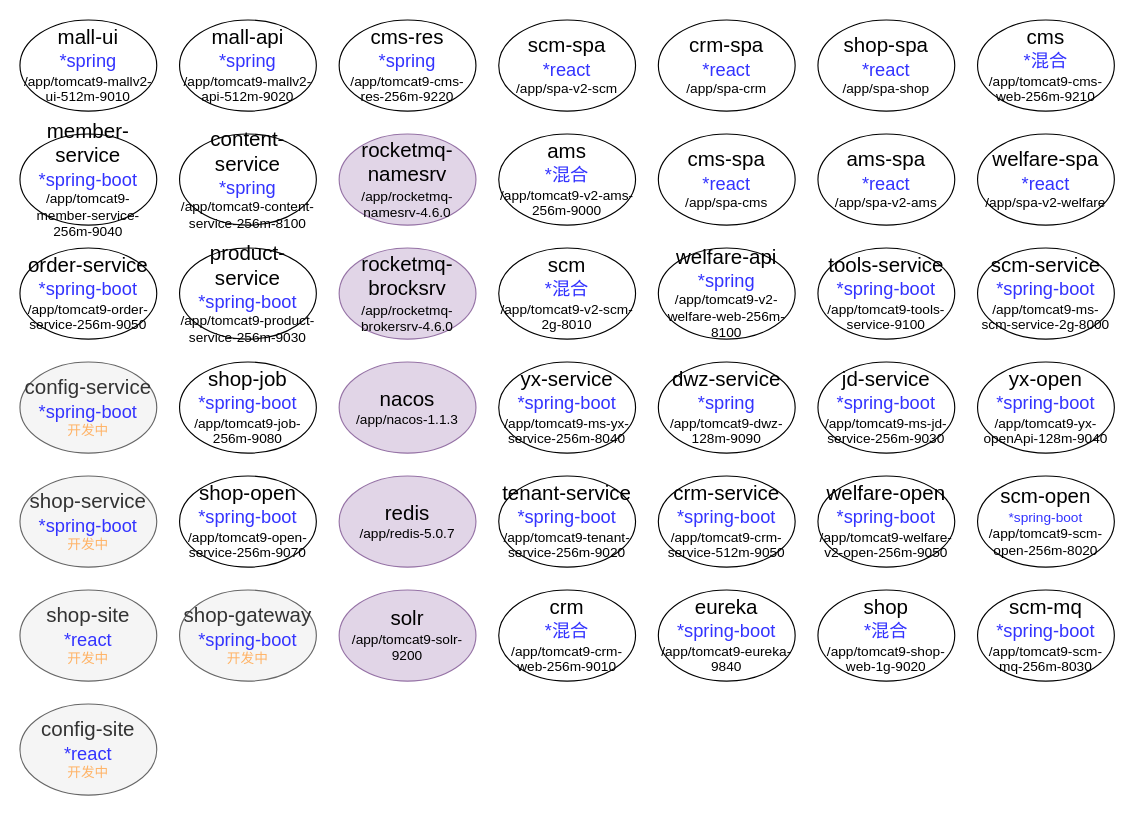
Above: 系统结构图.drawio in lycwukang/diagrams (draw.io), before the change. Source tidied: cells renumbered, new cells numbered last; positions are measured from the earlier drawing's top-left corner, leaving out a move shared by most shapes. Both pictures are drawn from the tidied source at 114%, with x=0, y=0 at pixel (19, 19).
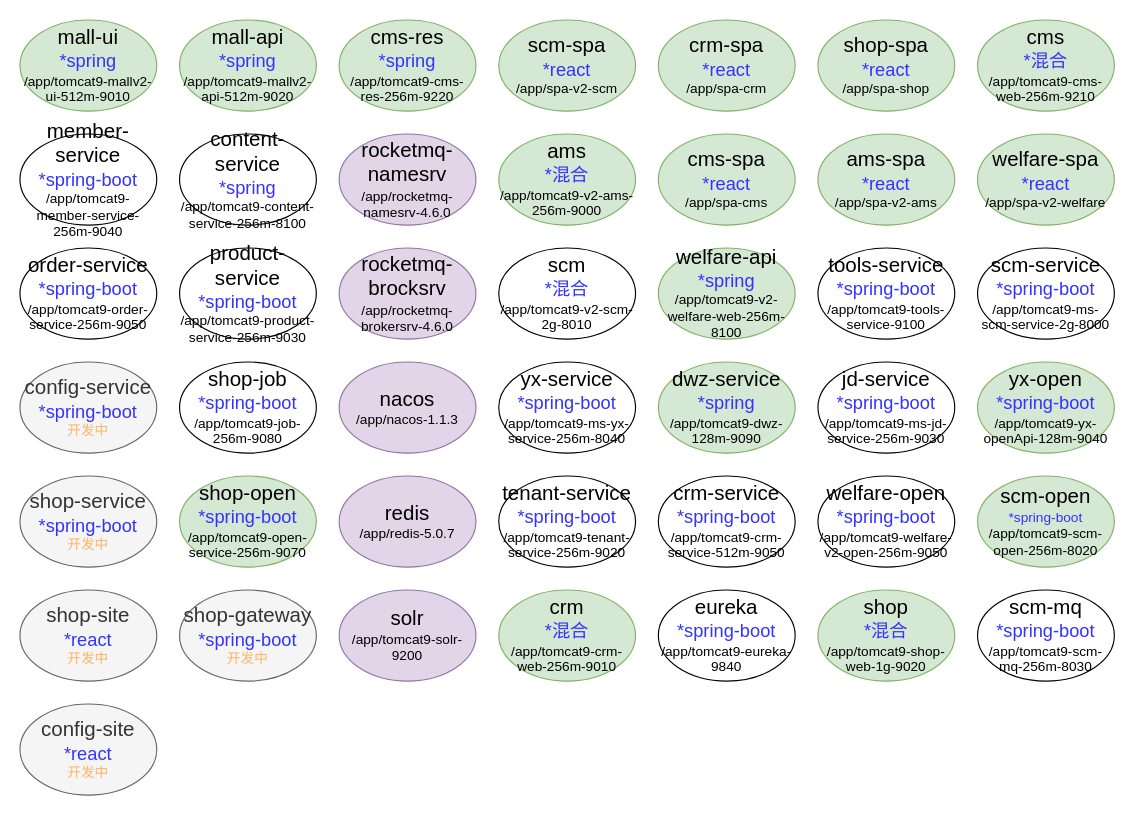
After the change.

Commit message (it also covers changes not shown here):
更新系统结构图.drawio

Diff of the diagram source:
```diff
@@
-    <mxCell id="2" value="&lt;font&gt;&lt;font style=&quot;font-size: 18px&quot;&gt;mall-ui&lt;br&gt;&lt;/font&gt;&lt;font style=&quot;font-size: 16px&quot; color=&quot;#3333ff&quot;&gt;*spring&lt;br&gt;&lt;/font&gt;/app/tomcat9-mallv2-ui-512m-9010&lt;br&gt;&lt;/font&gt;" style="ellipse;whiteSpace=wrap;html=1;" parent="1" vertex="1">
+    <mxCell id="2" value="&lt;font&gt;&lt;font style=&quot;font-size: 18px&quot;&gt;mall-ui&lt;br&gt;&lt;/font&gt;&lt;font style=&quot;font-size: 16px&quot; color=&quot;#3333ff&quot;&gt;*spring&lt;br&gt;&lt;/font&gt;/app/tomcat9-mallv2-ui-512m-9010&lt;br&gt;&lt;/font&gt;" style="ellipse;whiteSpace=wrap;html=1;fillColor=#d5e8d4;strokeColor=#82b366;" parent="1" vertex="1">
       <mxGeometry width="120" height="80" as="geometry" />
     </mxCell>
@@
-    <mxCell id="4" value="&lt;font&gt;&lt;font style=&quot;font-size: 18px&quot;&gt;scm-spa&lt;br&gt;&lt;/font&gt;&lt;font style=&quot;font-size: 16px&quot; color=&quot;#3333ff&quot;&gt;*react&lt;br&gt;&lt;/font&gt;/app/spa-v2-scm&lt;br&gt;&lt;/font&gt;" style="ellipse;whiteSpace=wrap;html=1;" parent="1" vertex="1">
+    <mxCell id="4" value="&lt;font&gt;&lt;font style=&quot;font-size: 18px&quot;&gt;scm-spa&lt;br&gt;&lt;/font&gt;&lt;font style=&quot;font-size: 16px&quot; color=&quot;#3333ff&quot;&gt;*react&lt;br&gt;&lt;/font&gt;/app/spa-v2-scm&lt;br&gt;&lt;/font&gt;" style="ellipse;whiteSpace=wrap;html=1;fillColor=#d5e8d4;strokeColor=#82b366;" parent="1" vertex="1">
       <mxGeometry x="420" width="120" height="80" as="geometry" />
     </mxCell>
-    <mxCell id="5" value="&lt;font&gt;&lt;font style=&quot;font-size: 18px&quot;&gt;crm-spa&lt;br&gt;&lt;/font&gt;&lt;font color=&quot;#3333ff&quot; style=&quot;font-size: 16px&quot;&gt;*react&lt;br&gt;&lt;/font&gt;/app/spa-crm&lt;br&gt;&lt;/font&gt;" style="ellipse;whiteSpace=wrap;html=1;" parent="1" vertex="1">
+    <mxCell id="5" value="&lt;font&gt;&lt;font style=&quot;font-size: 18px&quot;&gt;crm-spa&lt;br&gt;&lt;/font&gt;&lt;font color=&quot;#3333ff&quot; style=&quot;font-size: 16px&quot;&gt;*react&lt;br&gt;&lt;/font&gt;/app/spa-crm&lt;br&gt;&lt;/font&gt;" style="ellipse;whiteSpace=wrap;html=1;fillColor=#d5e8d4;strokeColor=#82b366;" parent="1" vertex="1">
       <mxGeometry x="560" width="120" height="80" as="geometry" />
     </mxCell>
-    <mxCell id="6" value="&lt;font&gt;&lt;font style=&quot;font-size: 18px&quot;&gt;shop-spa&lt;br&gt;&lt;/font&gt;&lt;font style=&quot;font-size: 16px&quot; color=&quot;#3333ff&quot;&gt;*react&lt;br&gt;&lt;/font&gt;/app/spa-shop&lt;br&gt;&lt;/font&gt;" style="ellipse;whiteSpace=wrap;html=1;" parent="1" vertex="1">
+    <mxCell id="6" value="&lt;font&gt;&lt;font style=&quot;font-size: 18px&quot;&gt;shop-spa&lt;br&gt;&lt;/font&gt;&lt;font style=&quot;font-size: 16px&quot; color=&quot;#3333ff&quot;&gt;*react&lt;br&gt;&lt;/font&gt;/app/spa-shop&lt;br&gt;&lt;/font&gt;" style="ellipse;whiteSpace=wrap;html=1;fillColor=#d5e8d4;strokeColor=#82b366;" parent="1" vertex="1">
       <mxGeometry x="700" width="120" height="80" as="geometry" />
     </mxCell>
-    <mxCell id="7" value="&lt;font&gt;&lt;font style=&quot;font-size: 18px&quot;&gt;cms&lt;br&gt;&lt;/font&gt;&lt;font color=&quot;#3333ff&quot;&gt;&lt;font style=&quot;font-size: 16px&quot;&gt;*混合&lt;/font&gt;&lt;br&gt;&lt;/font&gt;/app/tomcat9-cms-web-256m-9210&lt;br&gt;&lt;/font&gt;" style="ellipse;whiteSpace=wrap;html=1;" parent="1" vertex="1">
+    <mxCell id="7" value="&lt;font&gt;&lt;font style=&quot;font-size: 18px&quot;&gt;cms&lt;br&gt;&lt;/font&gt;&lt;font color=&quot;#3333ff&quot;&gt;&lt;font style=&quot;font-size: 16px&quot;&gt;*混合&lt;/font&gt;&lt;br&gt;&lt;/font&gt;/app/tomcat9-cms-web-256m-9210&lt;br&gt;&lt;/font&gt;" style="ellipse;whiteSpace=wrap;html=1;fillColor=#d5e8d4;strokeColor=#82b366;" parent="1" vertex="1">
       <mxGeometry x="840" width="120" height="80" as="geometry" />
     </mxCell>
-    <mxCell id="8" value="&lt;font&gt;&lt;font style=&quot;font-size: 18px&quot;&gt;ams&lt;br&gt;&lt;/font&gt;&lt;font color=&quot;#3333ff&quot; style=&quot;font-size: 16px&quot;&gt;*混合&lt;br&gt;&lt;/font&gt;/app/tomcat9-v2-ams-256m-9000&lt;br&gt;&lt;/font&gt;" style="ellipse;whiteSpace=wrap;html=1;" parent="1" vertex="1">
+    <mxCell id="8" value="&lt;font&gt;&lt;font style=&quot;font-size: 18px&quot;&gt;ams&lt;br&gt;&lt;/font&gt;&lt;font color=&quot;#3333ff&quot; style=&quot;font-size: 16px&quot;&gt;*混合&lt;br&gt;&lt;/font&gt;/app/tomcat9-v2-ams-256m-9000&lt;br&gt;&lt;/font&gt;" style="ellipse;whiteSpace=wrap;html=1;fillColor=#d5e8d4;strokeColor=#82b366;" parent="1" vertex="1">
       <mxGeometry x="420" y="100" width="120" height="80" as="geometry" />
     </mxCell>
-    <mxCell id="9" value="&lt;font&gt;&lt;font style=&quot;font-size: 18px&quot;&gt;welfare-spa&lt;br&gt;&lt;/font&gt;&lt;font style=&quot;font-size: 16px&quot; color=&quot;#3333ff&quot;&gt;*react&lt;br&gt;&lt;/font&gt;/app/spa-v2-welfare&lt;br&gt;&lt;/font&gt;" style="ellipse;whiteSpace=wrap;html=1;" parent="1" vertex="1">
+    <mxCell id="9" value="&lt;font&gt;&lt;font style=&quot;font-size: 18px&quot;&gt;welfare-spa&lt;br&gt;&lt;/font&gt;&lt;font style=&quot;font-size: 16px&quot; color=&quot;#3333ff&quot;&gt;*react&lt;br&gt;&lt;/font&gt;/app/spa-v2-welfare&lt;br&gt;&lt;/font&gt;" style="ellipse;whiteSpace=wrap;html=1;fillColor=#d5e8d4;strokeColor=#82b366;" parent="1" vertex="1">
       <mxGeometry x="840" y="100" width="120" height="80" as="geometry" />
     </mxCell>
-    <mxCell id="10" value="&lt;font&gt;&lt;span style=&quot;font-size: 18px&quot;&gt;mall-api&lt;br&gt;&lt;/span&gt;&lt;font color=&quot;#3333ff&quot; style=&quot;font-size: 16px&quot;&gt;*spring&lt;br&gt;&lt;/font&gt;/app/tomcat9-mallv2-api-512m-9020&lt;br&gt;&lt;/font&gt;" style="ellipse;whiteSpace=wrap;html=1;" parent="1" vertex="1">
+    <mxCell id="10" value="&lt;font&gt;&lt;span style=&quot;font-size: 18px&quot;&gt;mall-api&lt;br&gt;&lt;/span&gt;&lt;font color=&quot;#3333ff&quot; style=&quot;font-size: 16px&quot;&gt;*spring&lt;br&gt;&lt;/font&gt;/app/tomcat9-mallv2-api-512m-9020&lt;br&gt;&lt;/font&gt;" style="ellipse;whiteSpace=wrap;html=1;fillColor=#d5e8d4;strokeColor=#82b366;" parent="1" vertex="1">
       <mxGeometry x="140" width="120" height="80" as="geometry" />
     </mxCell>
-    <mxCell id="11" value="&lt;font&gt;&lt;font style=&quot;font-size: 18px&quot;&gt;cms-spa&lt;br&gt;&lt;/font&gt;&lt;font style=&quot;font-size: 16px&quot; color=&quot;#3333ff&quot;&gt;*react&lt;br&gt;&lt;/font&gt;/app/spa-cms&lt;br&gt;&lt;/font&gt;" style="ellipse;whiteSpace=wrap;html=1;" parent="1" vertex="1">
+    <mxCell id="11" value="&lt;font&gt;&lt;font style=&quot;font-size: 18px&quot;&gt;cms-spa&lt;br&gt;&lt;/font&gt;&lt;font style=&quot;font-size: 16px&quot; color=&quot;#3333ff&quot;&gt;*react&lt;br&gt;&lt;/font&gt;/app/spa-cms&lt;br&gt;&lt;/font&gt;" style="ellipse;whiteSpace=wrap;html=1;fillColor=#d5e8d4;strokeColor=#82b366;" parent="1" vertex="1">
       <mxGeometry x="560" y="100" width="120" height="80" as="geometry" />
     </mxCell>
-    <mxCell id="12" value="&lt;font&gt;&lt;font style=&quot;font-size: 18px&quot;&gt;ams-spa&lt;br&gt;&lt;/font&gt;&lt;font style=&quot;font-size: 16px&quot; color=&quot;#3333ff&quot;&gt;*react&lt;br&gt;&lt;/font&gt;/app/spa-v2-ams&lt;br&gt;&lt;/font&gt;" style="ellipse;whiteSpace=wrap;html=1;" parent="1" vertex="1">
+    <mxCell id="12" value="&lt;font&gt;&lt;font style=&quot;font-size: 18px&quot;&gt;ams-spa&lt;br&gt;&lt;/font&gt;&lt;font style=&quot;font-size: 16px&quot; color=&quot;#3333ff&quot;&gt;*react&lt;br&gt;&lt;/font&gt;/app/spa-v2-ams&lt;br&gt;&lt;/font&gt;" style="ellipse;whiteSpace=wrap;html=1;fillColor=#d5e8d4;strokeColor=#82b366;" parent="1" vertex="1">
       <mxGeometry x="700" y="100" width="120" height="80" as="geometry" />
     </mxCell>
@@
-    <mxCell id="30" value="&lt;font&gt;&lt;span style=&quot;font-size: 18px&quot;&gt;crm&lt;br&gt;&lt;/span&gt;&lt;font style=&quot;font-size: 16px&quot; color=&quot;#3333ff&quot;&gt;*混合&lt;br&gt;&lt;/font&gt;/app/tomcat9-crm-web-256m-9010&lt;br&gt;&lt;/font&gt;" style="ellipse;whiteSpace=wrap;html=1;" parent="1" vertex="1">
+    <mxCell id="30" value="&lt;font&gt;&lt;span style=&quot;font-size: 18px&quot;&gt;crm&lt;br&gt;&lt;/span&gt;&lt;font style=&quot;font-size: 16px&quot; color=&quot;#3333ff&quot;&gt;*混合&lt;br&gt;&lt;/font&gt;/app/tomcat9-crm-web-256m-9010&lt;br&gt;&lt;/font&gt;" style="ellipse;whiteSpace=wrap;html=1;fillColor=#d5e8d4;strokeColor=#82b366;" parent="1" vertex="1">
       <mxGeometry x="420" y="500" width="120" height="80" as="geometry" />
     </mxCell>
@@
-    <mxCell id="32" value="&lt;font&gt;&lt;font style=&quot;font-size: 18px&quot;&gt;cms-res&lt;br&gt;&lt;/font&gt;&lt;font style=&quot;font-size: 16px&quot; color=&quot;#3333ff&quot;&gt;*spring&lt;br&gt;&lt;/font&gt;/app/tomcat9-cms-res-256m-9220&lt;br&gt;&lt;/font&gt;" style="ellipse;whiteSpace=wrap;html=1;" parent="1" vertex="1">
+    <mxCell id="32" value="&lt;font&gt;&lt;font style=&quot;font-size: 18px&quot;&gt;cms-res&lt;br&gt;&lt;/font&gt;&lt;font style=&quot;font-size: 16px&quot; color=&quot;#3333ff&quot;&gt;*spring&lt;br&gt;&lt;/font&gt;/app/tomcat9-cms-res-256m-9220&lt;br&gt;&lt;/font&gt;" style="ellipse;whiteSpace=wrap;html=1;fillColor=#d5e8d4;strokeColor=#82b366;" parent="1" vertex="1">
       <mxGeometry x="280" width="120" height="80" as="geometry" />
     </mxCell>
-    <mxCell id="33" value="&lt;font&gt;&lt;span style=&quot;font-size: 18px&quot;&gt;shop&lt;br&gt;&lt;/span&gt;&lt;font style=&quot;font-size: 16px&quot; color=&quot;#3333ff&quot;&gt;*混合&lt;br&gt;&lt;/font&gt;/app/tomcat9-shop-web-1g-9020&lt;br&gt;&lt;/font&gt;" style="ellipse;whiteSpace=wrap;html=1;" parent="1" vertex="1">
+    <mxCell id="33" value="&lt;font&gt;&lt;span style=&quot;font-size: 18px&quot;&gt;shop&lt;br&gt;&lt;/span&gt;&lt;font style=&quot;font-size: 16px&quot; color=&quot;#3333ff&quot;&gt;*混合&lt;br&gt;&lt;/font&gt;/app/tomcat9-shop-web-1g-9020&lt;br&gt;&lt;/font&gt;" style="ellipse;whiteSpace=wrap;html=1;fillColor=#d5e8d4;strokeColor=#82b366;" parent="1" vertex="1">
       <mxGeometry x="700" y="500" width="120" height="80" as="geometry" />
     </mxCell>
@@
-    <mxCell id="35" value="&lt;span style=&quot;font-size: 18px&quot;&gt;scm-open&lt;br&gt;&lt;/span&gt;&lt;font style=&quot;font-size: 12px&quot;&gt;&lt;font color=&quot;#3333ff&quot;&gt;*spring-boot&lt;/font&gt;&lt;br&gt;/app/tomcat9-scm-open-256m-8020&lt;br&gt;&lt;/font&gt;" style="ellipse;whiteSpace=wrap;html=1;" parent="1" vertex="1">
+    <mxCell id="35" value="&lt;span style=&quot;font-size: 18px&quot;&gt;scm-open&lt;br&gt;&lt;/span&gt;&lt;font style=&quot;font-size: 12px&quot;&gt;&lt;font color=&quot;#3333ff&quot;&gt;*spring-boot&lt;/font&gt;&lt;br&gt;/app/tomcat9-scm-open-256m-8020&lt;br&gt;&lt;/font&gt;" style="ellipse;whiteSpace=wrap;html=1;fillColor=#d5e8d4;strokeColor=#82b366;" parent="1" vertex="1">
       <mxGeometry x="840" y="400" width="120" height="80" as="geometry" />
     </mxCell>
-    <mxCell id="36" value="&lt;span style=&quot;font-size: 18px&quot;&gt;shop-open&lt;br&gt;&lt;/span&gt;&lt;font style=&quot;font-size: 12px&quot;&gt;&lt;span style=&quot;color: rgb(51 , 51 , 255) ; font-size: 16px&quot;&gt;*spring-boot&lt;/span&gt;&lt;br&gt;/app/tomcat9-open-service-256m-9070&lt;br&gt;&lt;/font&gt;" style="ellipse;whiteSpace=wrap;html=1;" parent="1" vertex="1">
+    <mxCell id="36" value="&lt;span style=&quot;font-size: 18px&quot;&gt;shop-open&lt;br&gt;&lt;/span&gt;&lt;font style=&quot;font-size: 12px&quot;&gt;&lt;span style=&quot;color: rgb(51 , 51 , 255) ; font-size: 16px&quot;&gt;*spring-boot&lt;/span&gt;&lt;br&gt;/app/tomcat9-open-service-256m-9070&lt;br&gt;&lt;/font&gt;" style="ellipse;whiteSpace=wrap;html=1;fillColor=#d5e8d4;strokeColor=#82b366;" parent="1" vertex="1">
       <mxGeometry x="140" y="400" width="120" height="80" as="geometry" />
     </mxCell>
-    <mxCell id="37" value="&lt;font&gt;&lt;span style=&quot;font-size: 18px&quot;&gt;dwz-service&lt;br&gt;&lt;/span&gt;&lt;span style=&quot;color: rgb(51 , 51 , 255) ; font-size: 16px&quot;&gt;*spring&lt;br&gt;&lt;/span&gt;/app/tomcat9-dwz-128m-9090&lt;br&gt;&lt;/font&gt;" style="ellipse;whiteSpace=wrap;html=1;" parent="1" vertex="1">
+    <mxCell id="37" value="&lt;font&gt;&lt;span style=&quot;font-size: 18px&quot;&gt;dwz-service&lt;br&gt;&lt;/span&gt;&lt;span style=&quot;color: rgb(51 , 51 , 255) ; font-size: 16px&quot;&gt;*spring&lt;br&gt;&lt;/span&gt;/app/tomcat9-dwz-128m-9090&lt;br&gt;&lt;/font&gt;" style="ellipse;whiteSpace=wrap;html=1;fillColor=#d5e8d4;strokeColor=#82b366;" parent="1" vertex="1">
       <mxGeometry x="560" y="300" width="120" height="80" as="geometry" />
     </mxCell>
@@
-    <mxCell id="42" value="&lt;font&gt;&lt;span style=&quot;font-size: 18px&quot;&gt;yx-open&lt;br&gt;&lt;/span&gt;&lt;font style=&quot;font-size: 16px&quot; color=&quot;#3333ff&quot;&gt;*spring-boot&lt;br&gt;&lt;/font&gt;/app/tomcat9-yx-openApi-128m-9040&lt;br&gt;&lt;/font&gt;" style="ellipse;whiteSpace=wrap;html=1;" parent="1" vertex="1">
+    <mxCell id="42" value="&lt;font&gt;&lt;span style=&quot;font-size: 18px&quot;&gt;yx-open&lt;br&gt;&lt;/span&gt;&lt;font style=&quot;font-size: 16px&quot; color=&quot;#3333ff&quot;&gt;*spring-boot&lt;br&gt;&lt;/font&gt;/app/tomcat9-yx-openApi-128m-9040&lt;br&gt;&lt;/font&gt;" style="ellipse;whiteSpace=wrap;html=1;fillColor=#d5e8d4;strokeColor=#82b366;" parent="1" vertex="1">
       <mxGeometry x="840" y="300" width="120" height="80" as="geometry" />
     </mxCell>
-    <mxCell id="43" value="&lt;font&gt;&lt;font style=&quot;font-size: 18px&quot;&gt;welfare-api&lt;br&gt;&lt;/font&gt;&lt;font style=&quot;font-size: 16px&quot; color=&quot;#3333ff&quot;&gt;*spring&lt;br&gt;&lt;/font&gt;/app/tomcat9-v2-welfare-web-256m-8100&lt;br&gt;&lt;/font&gt;" style="ellipse;whiteSpace=wrap;html=1;" parent="1" vertex="1">
+    <mxCell id="43" value="&lt;font&gt;&lt;font style=&quot;font-size: 18px&quot;&gt;welfare-api&lt;br&gt;&lt;/font&gt;&lt;font style=&quot;font-size: 16px&quot; color=&quot;#3333ff&quot;&gt;*spring&lt;br&gt;&lt;/font&gt;/app/tomcat9-v2-welfare-web-256m-8100&lt;br&gt;&lt;/font&gt;" style="ellipse;whiteSpace=wrap;html=1;fillColor=#d5e8d4;strokeColor=#82b366;" parent="1" vertex="1">
       <mxGeometry x="560" y="200" width="120" height="80" as="geometry" />
     </mxCell>
```
